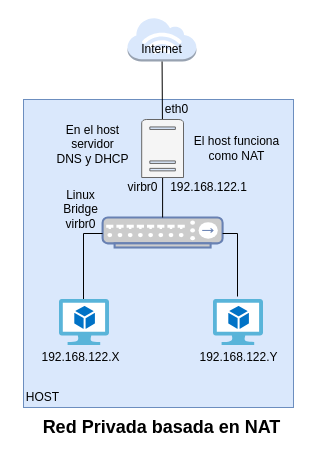
Before: modulo7/img/red_nat.drawio in josedom24/curso_virtualizacion_linux, a draw.io diagram. Source tidied: cells renumbered, new cells numbered last; positions are measured from the earlier drawing's top-left corner, leaving out a move shared by most shapes. Both pictures are drawn from the tidied source at 100%, with x=0, y=0 at pixel (17, 17).
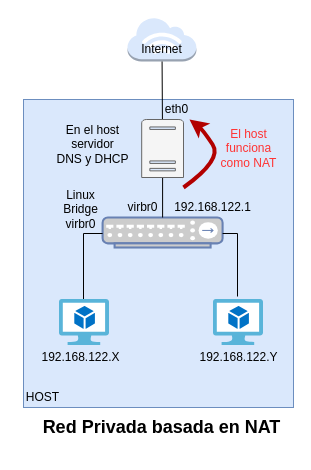
Above is the later version.

Unchanged cells that the change refers to:
```xml
<mxCell id="22" value="eth0" style="text;html=1;align=center;verticalAlign=middle;points=[];fillColor=none;strokeColor=none;rounded=0;" parent="1" vertex="1">
  <mxGeometry x="138.9" y="82" width="40" height="20" as="geometry" />
</mxCell>
```

What changed in the source:
```diff
@@
     <mxCell id="12" value="virbr0" style="text;html=1;align=center;verticalAlign=middle;fillColor=none;strokeColor=none;rounded=0;" parent="1" vertex="1">
-      <mxGeometry x="100" y="160" width="50" height="20" as="geometry" />
+      <mxGeometry x="100" y="180" width="50" height="20" as="geometry" />
     </mxCell>
@@
     <mxCell id="14" value="192.168.122.1" style="text;html=1;align=center;verticalAlign=middle;fillColor=none;strokeColor=none;rounded=0;" parent="1" vertex="1">
-      <mxGeometry x="146" y="160" width="90" height="20" as="geometry" />
+      <mxGeometry x="150" y="180" width="90" height="20" as="geometry" />
     </mxCell>
@@
-    <mxCell id="18" value="&lt;div&gt;El host funciona &lt;br&gt;&lt;/div&gt;&lt;div&gt;como NAT&lt;br&gt;&lt;/div&gt;" style="text;html=1;align=center;verticalAlign=middle;fillColor=none;strokeColor=none;rounded=0;" parent="1" vertex="1">
-      <mxGeometry x="169.2" y="116" width="100" height="30" as="geometry" />
+    <mxCell id="18" value="&lt;div&gt;&lt;font color=&quot;#FF3333&quot;&gt;El host &lt;br&gt;&lt;/font&gt;&lt;/div&gt;&lt;div&gt;&lt;font color=&quot;#FF3333&quot;&gt;funciona &lt;br&gt;&lt;/font&gt;&lt;/div&gt;&lt;div&gt;&lt;font color=&quot;#FF3333&quot;&gt;como NAT&lt;br&gt;&lt;/font&gt;&lt;/div&gt;" style="text;html=1;align=center;verticalAlign=middle;fillColor=none;strokeColor=none;rounded=0;" parent="1" vertex="1">
+      <mxGeometry x="196" y="106" width="70" height="50" as="geometry" />
     </mxCell>
@@
+    <mxCell id="23" style="curved=1;endArrow=classic;html=1;rounded=0;fillColor=#e51400;strokeColor=#B20000;strokeWidth=4;" parent="1" edge="1" target="22">
+      <mxGeometry relative="1" as="geometry">
+        <mxPoint x="166" y="170" as="sourcePoint" />
+        <Array as="points">
+          <mxPoint x="205.1" y="142" />
+          <mxPoint x="185.1" y="112" />
+        </Array>
+      </mxGeometry>
+    </mxCell>
```
